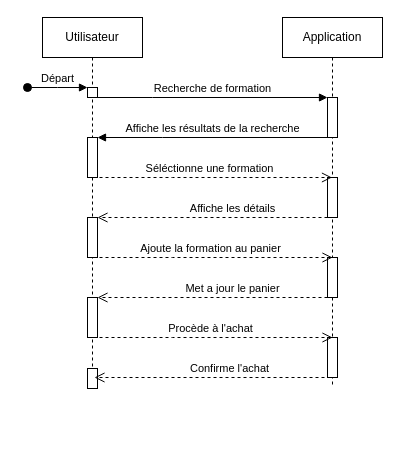
xAm64/Eval-appFormation keeps this draw.io diagram as Prepare/V1/Diagramme de séquence.drawio. Above is the earlier version. Source tidied: cells renumbered, new cells numbered last; positions are measured from the earlier drawing's top-left corner, leaving out a move shared by most shapes. Both pictures are drawn from the tidied source at 100%, with x=0, y=0 at pixel (27, 17).
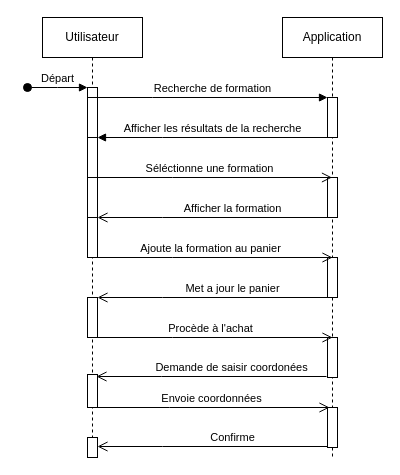
Above is the later version.

The change refers to these unchanged cells:
```xml
<mxCell id="5" style="html=1;points=[];perimeter=orthogonalPerimeter;outlineConnect=0;targetShapes=umlLifeline;portConstraint=eastwest;newEdgeStyle={&quot;edgeStyle&quot;:&quot;elbowEdgeStyle&quot;,&quot;elbow&quot;:&quot;vertical&quot;,&quot;curved&quot;:0,&quot;rounded&quot;:0};" parent="2" vertex="1">
  <mxGeometry x="45" y="120" width="10" height="40" as="geometry" />
</mxCell>
<mxCell id="10" style="html=1;points=[];perimeter=orthogonalPerimeter;outlineConnect=0;targetShapes=umlLifeline;portConstraint=eastwest;newEdgeStyle={&quot;edgeStyle&quot;:&quot;elbowEdgeStyle&quot;,&quot;elbow&quot;:&quot;vertical&quot;,&quot;curved&quot;:0,&quot;rounded&quot;:0};" parent="9" vertex="1">
  <mxGeometry x="45" y="80" width="10" height="40" as="geometry" />
</mxCell>
```

The edit, as a diff of the source:
```diff
@@
     <mxCell id="2" value="Utilisateur" style="shape=umlLifeline;perimeter=lifelinePerimeter;whiteSpace=wrap;html=1;newEdgeStyle={&quot;edgeStyle&quot;:&quot;elbowEdgeStyle&quot;,&quot;elbow&quot;:&quot;vertical&quot;,&quot;curved&quot;:0,&quot;rounded&quot;:0};" parent="1" vertex="1">
-      <mxGeometry x="15" width="100" height="370" as="geometry" />
+      <mxGeometry x="15" width="100" height="440" as="geometry" />
     </mxCell>
@@
     <mxCell id="8" style="html=1;perimeter=orthogonalPerimeter;targetShapes=umlLifeline;newEdgeStyle={&quot;edgeStyle&quot;:&quot;elbowEdgeStyle&quot;,&quot;elbow&quot;:&quot;vertical&quot;,&quot;curved&quot;:0,&quot;rounded&quot;:0};" parent="2" vertex="1">
-      <mxGeometry x="45" y="351" width="10" height="20" as="geometry" />
+      <mxGeometry x="45" y="357" width="10" height="33" as="geometry" />
     </mxCell>
+    <mxCell id="22" style="html=1;perimeter=orthogonalPerimeter;targetShapes=umlLifeline;newEdgeStyle={&quot;edgeStyle&quot;:&quot;elbowEdgeStyle&quot;,&quot;elbow&quot;:&quot;vertical&quot;,&quot;curved&quot;:0,&quot;rounded&quot;:0};" parent="2" vertex="1">
+      <mxGeometry x="45" y="80" width="10" height="40" as="geometry" />
+    </mxCell>
+    <mxCell id="23" style="html=1;perimeter=orthogonalPerimeter;targetShapes=umlLifeline;newEdgeStyle={&quot;edgeStyle&quot;:&quot;elbowEdgeStyle&quot;,&quot;elbow&quot;:&quot;vertical&quot;,&quot;curved&quot;:0,&quot;rounded&quot;:0};" parent="2" vertex="1">
+      <mxGeometry x="45" y="160" width="10" height="40" as="geometry" />
+    </mxCell>
+    <mxCell id="24" style="html=1;perimeter=orthogonalPerimeter;targetShapes=umlLifeline;newEdgeStyle={&quot;edgeStyle&quot;:&quot;elbowEdgeStyle&quot;,&quot;elbow&quot;:&quot;vertical&quot;,&quot;curved&quot;:0,&quot;rounded&quot;:0};" parent="2" vertex="1">
+      <mxGeometry x="45" y="420" width="10" height="20" as="geometry" />
+    </mxCell>
     <mxCell id="9" value="Application" style="shape=umlLifeline;perimeter=lifelinePerimeter;whiteSpace=wrap;html=1;outlineConnect=0;portConstraint=eastwest;newEdgeStyle={&quot;edgeStyle&quot;:&quot;elbowEdgeStyle&quot;,&quot;elbow&quot;:&quot;vertical&quot;,&quot;curved&quot;:0,&quot;rounded&quot;:0};" parent="1" vertex="1">
-      <mxGeometry x="255" width="100" height="370" as="geometry" />
+      <mxGeometry x="255" width="100" height="440" as="geometry" />
     </mxCell>
@@
+    <mxCell id="25" style="html=1;perimeter=orthogonalPerimeter;targetShapes=umlLifeline;newEdgeStyle={&quot;edgeStyle&quot;:&quot;elbowEdgeStyle&quot;,&quot;elbow&quot;:&quot;vertical&quot;,&quot;curved&quot;:0,&quot;rounded&quot;:0};" parent="9" vertex="1">
+      <mxGeometry x="45" y="390" width="10" height="40" as="geometry" />
+    </mxCell>
@@
-    <mxCell id="15" value="Affiche les détails" style="html=1;verticalAlign=bottom;endArrow=open;dashed=1;endSize=8;edgeStyle=elbowEdgeStyle;elbow=vertical;curved=0;rounded=0;" parent="1" edge="1">
+    <mxCell id="15" value="Afficher la formation" style="html=1;verticalAlign=bottom;endArrow=open;endSize=8;edgeStyle=elbowEdgeStyle;elbow=vertical;curved=0;rounded=0;" parent="1" edge="1">
       <mxGeometry x="-0.17" relative="1" as="geometry">
         <mxPoint x="300" y="200" as="sourcePoint" />
         <mxPoint x="70" y="200" as="targetPoint" />
         <Array as="points">
           <mxPoint x="135" y="200" />
         </Array>
       </mxGeometry>
     </mxCell>
-    <mxCell id="16" value="Affiche les résultats de la recherche" style="html=1;verticalAlign=bottom;endArrow=block;edgeStyle=elbowEdgeStyle;elbow=vertical;curved=0;rounded=0;" parent="1" edge="1" source="10" target="5">
+    <mxCell id="16" value="Afficher les résultats de la recherche" style="html=1;verticalAlign=bottom;endArrow=block;edgeStyle=elbowEdgeStyle;elbow=vertical;curved=0;rounded=0;" parent="1" edge="1" source="10" target="5">
       <mxGeometry relative="1" as="geometry">
         <Array as="points">
           <mxPoint x="135" y="120" />
         </Array>
       </mxGeometry>
     </mxCell>
-    <mxCell id="17" value="Séléctionne une formation" style="html=1;verticalAlign=bottom;endArrow=open;dashed=1;endSize=8;edgeStyle=elbowEdgeStyle;elbow=vertical;curved=0;rounded=0;" parent="1" edge="1" target="9">
+    <mxCell id="17" value="Séléctionne une formation" style="html=1;verticalAlign=bottom;endArrow=open;endSize=8;edgeStyle=elbowEdgeStyle;elbow=vertical;curved=0;rounded=0;" parent="1" edge="1" target="9">
       <mxGeometry relative="1" as="geometry">
         <mxPoint x="60" y="160" as="sourcePoint" />
         <Array as="points">
           <mxPoint x="145" y="160" />
           <mxPoint x="125" y="170" />
         </Array>
       </mxGeometry>
     </mxCell>
-    <mxCell id="18" value="Ajoute la formation au panier" style="html=1;verticalAlign=bottom;endArrow=open;dashed=1;endSize=8;edgeStyle=elbowEdgeStyle;elbow=vertical;curved=0;rounded=0;" parent="1" edge="1">
+    <mxCell id="18" value="Ajoute la formation au panier" style="html=1;verticalAlign=bottom;endArrow=open;endSize=8;edgeStyle=elbowEdgeStyle;elbow=vertical;curved=0;rounded=0;" parent="1" edge="1">
       <mxGeometry relative="1" as="geometry">
         <mxPoint x="60" y="240" as="sourcePoint" />
         <mxPoint x="305" y="240" as="targetPoint" />
         <Array as="points">
           <mxPoint x="145" y="240" />
           <mxPoint x="125" y="250" />
         </Array>
       </mxGeometry>
     </mxCell>
-    <mxCell id="19" value="Met a jour le panier" style="html=1;verticalAlign=bottom;endArrow=open;dashed=1;endSize=8;edgeStyle=elbowEdgeStyle;elbow=vertical;curved=0;rounded=0;" parent="1" edge="1">
+    <mxCell id="19" value="Met a jour le panier" style="html=1;verticalAlign=bottom;endArrow=open;endSize=8;edgeStyle=elbowEdgeStyle;elbow=vertical;curved=0;rounded=0;" parent="1" edge="1">
       <mxGeometry x="-0.17" relative="1" as="geometry">
         <mxPoint x="300" y="280" as="sourcePoint" />
         <mxPoint x="70" y="280" as="targetPoint" />
         <Array as="points">
           <mxPoint x="135" y="280" />
         </Array>
       </mxGeometry>
     </mxCell>
-    <mxCell id="20" value="Procède à l'achat" style="html=1;verticalAlign=bottom;endArrow=open;dashed=1;endSize=8;edgeStyle=elbowEdgeStyle;elbow=vertical;curved=0;rounded=0;" parent="1" edge="1">
+    <mxCell id="20" value="Procède à l'achat" style="html=1;verticalAlign=bottom;endArrow=open;endSize=8;edgeStyle=elbowEdgeStyle;elbow=vertical;curved=0;rounded=0;" parent="1" edge="1">
       <mxGeometry relative="1" as="geometry">
         <mxPoint x="60" y="320" as="sourcePoint" />
         <mxPoint x="305" y="320" as="targetPoint" />
         <Array as="points">
           <mxPoint x="145" y="320" />
           <mxPoint x="125" y="330" />
         </Array>
       </mxGeometry>
     </mxCell>
-    <mxCell id="21" value="Confirme l'achat" style="html=1;verticalAlign=bottom;endArrow=open;dashed=1;endSize=8;edgeStyle=elbowEdgeStyle;elbow=vertical;curved=0;rounded=0;" parent="1" edge="1">
+    <mxCell id="21" value="Demande de saisir coordonées" style="html=1;verticalAlign=bottom;endArrow=open;endSize=8;edgeStyle=elbowEdgeStyle;elbow=vertical;curved=0;rounded=0;" parent="1" edge="1">
       <mxGeometry x="-0.17" relative="1" as="geometry">
-        <mxPoint x="297" y="360" as="sourcePoint" />
-        <mxPoint x="67" y="360" as="targetPoint" />
+        <mxPoint x="299" y="359" as="sourcePoint" />
+        <mxPoint x="69" y="359" as="targetPoint" />
         <Array as="points">
-          <mxPoint x="132" y="360" />
+          <mxPoint x="134" y="359" />
         </Array>
       </mxGeometry>
     </mxCell>
+    <mxCell id="26" value="Envoie coordonnées" style="html=1;verticalAlign=bottom;endArrow=open;endSize=8;edgeStyle=elbowEdgeStyle;elbow=vertical;curved=0;rounded=0;" parent="1" edge="1">
+      <mxGeometry relative="1" as="geometry">
+        <mxPoint x="65" y="390" as="sourcePoint" />
+        <mxPoint x="302" y="390" as="targetPoint" />
+        <Array as="points">
+          <mxPoint x="142" y="390" />
+          <mxPoint x="122" y="400" />
+        </Array>
+      </mxGeometry>
+    </mxCell>
+    <mxCell id="27" value="Confirme" style="html=1;verticalAlign=bottom;endArrow=open;endSize=8;edgeStyle=elbowEdgeStyle;elbow=vertical;curved=0;rounded=0;" parent="1" edge="1">
+      <mxGeometry x="-0.17" relative="1" as="geometry">
+        <mxPoint x="300" y="429" as="sourcePoint" />
+        <mxPoint x="70" y="429" as="targetPoint" />
+        <Array as="points">
+          <mxPoint x="135" y="429" />
+        </Array>
+      </mxGeometry>
+    </mxCell>
```
